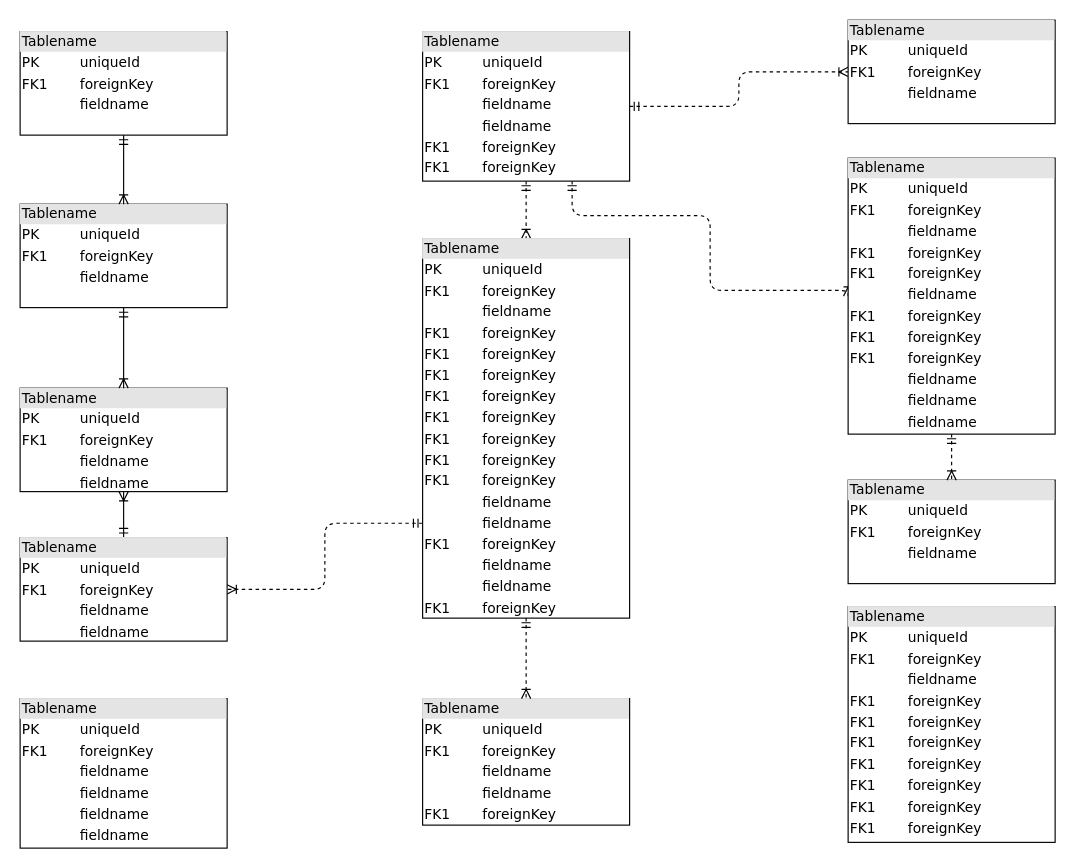
Above: Untitled3.drawio in wh1851880/second (draw.io), before the change. Source tidied: cells renumbered, new cells numbered last; positions are measured from the earlier drawing's top-left corner, leaving out a move shared by most shapes. Both pictures are drawn from the tidied source at 115%, with x=0, y=0 at pixel (20, 20).
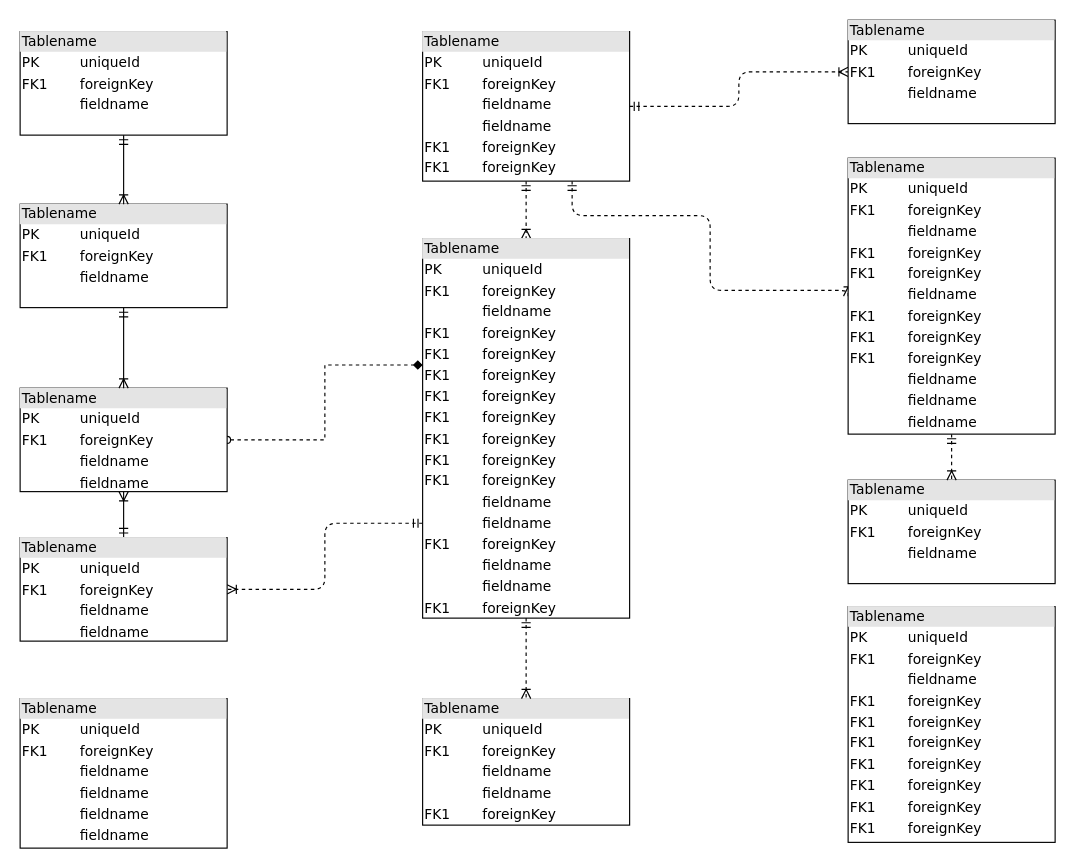
The same page after the edit.

Unchanged cells that the change refers to:
```xml
<mxCell id="10" value="&lt;div style=&quot;box-sizing: border-box ; width: 100% ; background: #e4e4e4 ; padding: 2px&quot;&gt;Tablename&lt;/div&gt;&lt;table style=&quot;width: 100% ; font-size: 1em&quot; cellpadding=&quot;2&quot; cellspacing=&quot;0&quot;&gt;&lt;tbody&gt;&lt;tr&gt;&lt;td&gt;PK&lt;/td&gt;&lt;td&gt;uniqueId&lt;/td&gt;&lt;/tr&gt;&lt;tr&gt;&lt;td&gt;FK1&lt;/td&gt;&lt;td&gt;foreignKey&lt;/td&gt;&lt;/tr&gt;&lt;tr&gt;&lt;td&gt;&lt;/td&gt;&lt;td&gt;fieldname&lt;/td&gt;&lt;/tr&gt;&lt;tr&gt;&lt;td&gt;&lt;br&gt;&lt;/td&gt;&lt;td&gt;fieldname&lt;br&gt;&lt;/td&gt;&lt;/tr&gt;&lt;/tbody&gt;&lt;/table&gt;" style="verticalAlign=top;align=left;overflow=fill;html=1;rounded=0;shadow=0;comic=0;labelBackgroundColor=none;strokeWidth=1;fontFamily=Verdana;fontSize=12;" parent="1" vertex="1">
  <mxGeometry y="320" width="180" height="90" as="geometry" />
</mxCell>
<mxCell id="16" value="&lt;div style=&quot;box-sizing: border-box ; width: 100% ; background: #e4e4e4 ; padding: 2px&quot;&gt;Tablename&lt;/div&gt;&lt;table style=&quot;width: 100% ; font-size: 1em&quot; cellpadding=&quot;2&quot; cellspacing=&quot;0&quot;&gt;&lt;tbody&gt;&lt;tr&gt;&lt;td&gt;PK&lt;/td&gt;&lt;td&gt;uniqueId&lt;/td&gt;&lt;/tr&gt;&lt;tr&gt;&lt;td&gt;FK1&lt;/td&gt;&lt;td&gt;foreignKey&lt;/td&gt;&lt;/tr&gt;&lt;tr&gt;&lt;td&gt;&lt;/td&gt;&lt;td&gt;fieldname&lt;/td&gt;&lt;/tr&gt;&lt;tr&gt;&lt;td&gt;FK1&lt;br&gt;&lt;/td&gt;&lt;td&gt;foreignKey&lt;br&gt;&lt;/td&gt;&lt;/tr&gt;&lt;tr&gt;&lt;td&gt;FK1&lt;br&gt;&lt;/td&gt;&lt;td&gt;foreignKey&lt;br&gt;&lt;/td&gt;&lt;/tr&gt;&lt;tr&gt;&lt;td&gt;FK1&lt;br&gt;&lt;/td&gt;&lt;td&gt;foreignKey&lt;br&gt;&lt;/td&gt;&lt;/tr&gt;&lt;tr&gt;&lt;td&gt;FK1&lt;br&gt;&lt;/td&gt;&lt;td&gt;foreignKey&lt;br&gt;&lt;/td&gt;&lt;/tr&gt;&lt;tr&gt;&lt;td&gt;FK1&lt;br&gt;&lt;/td&gt;&lt;td&gt;foreignKey&lt;br&gt;&lt;/td&gt;&lt;/tr&gt;&lt;tr&gt;&lt;td&gt;FK1&lt;br&gt;&lt;/td&gt;&lt;td&gt;foreignKey&lt;br&gt;&lt;/td&gt;&lt;/tr&gt;&lt;tr&gt;&lt;td&gt;FK1&lt;br&gt;&lt;/td&gt;&lt;td&gt;foreignKey&lt;br&gt;&lt;/td&gt;&lt;/tr&gt;&lt;tr&gt;&lt;td&gt;FK1&lt;br&gt;&lt;/td&gt;&lt;td&gt;foreignKey&lt;br&gt;&lt;/td&gt;&lt;/tr&gt;&lt;tr&gt;&lt;td&gt;&lt;br&gt;&lt;/td&gt;&lt;td&gt;fieldname&lt;br&gt;&lt;/td&gt;&lt;/tr&gt;&lt;tr&gt;&lt;td&gt;&lt;br&gt;&lt;/td&gt;&lt;td&gt;fieldname&lt;br&gt;&lt;/td&gt;&lt;/tr&gt;&lt;tr&gt;&lt;td&gt;FK1&lt;br&gt;&lt;/td&gt;&lt;td&gt;foreignKey&lt;br&gt;&lt;/td&gt;&lt;/tr&gt;&lt;tr&gt;&lt;td&gt;&lt;br&gt;&lt;/td&gt;&lt;td&gt;fieldname&lt;br&gt;&lt;/td&gt;&lt;/tr&gt;&lt;tr&gt;&lt;td&gt;&lt;br&gt;&lt;/td&gt;&lt;td&gt;fieldname&lt;br&gt;&lt;/td&gt;&lt;/tr&gt;&lt;tr&gt;&lt;td&gt;FK1&lt;br&gt;&lt;/td&gt;&lt;td&gt;foreignKey&lt;br&gt;&lt;/td&gt;&lt;/tr&gt;&lt;/tbody&gt;&lt;/table&gt;" style="verticalAlign=top;align=left;overflow=fill;html=1;rounded=0;shadow=0;comic=0;labelBackgroundColor=none;strokeWidth=1;fontFamily=Verdana;fontSize=12;" parent="1" vertex="1">
  <mxGeometry x="350" y="190" width="180" height="330" as="geometry" />
</mxCell>
```

Change to the diagram source:
```diff
@@
+    <mxCell id="23" style="edgeStyle=orthogonalEdgeStyle;rounded=0;jettySize=auto;html=1;exitX=1;exitY=0.5;exitDx=0;exitDy=0;entryX=0;entryY=0.333;entryDx=0;entryDy=0;entryPerimeter=0;dashed=1;startArrow=oval;startFill=0;endArrow=diamond;endFill=1;" parent="1" edge="1" source="10" target="16">
+      <mxGeometry relative="1" as="geometry" />
+    </mxCell>
```
